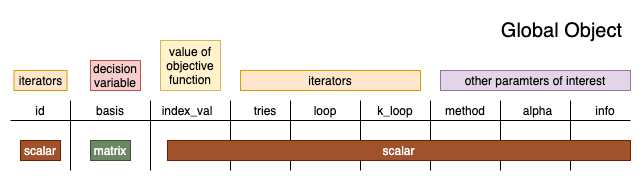
Earlier version of the draw.io export figures/global_obj.png (huizezhang-sherry/paper-ferrn). Source tidied: cells renumbered, new cells last; positions are measured from the earlier drawing's top-left corner, leaving out a move shared by most shapes.
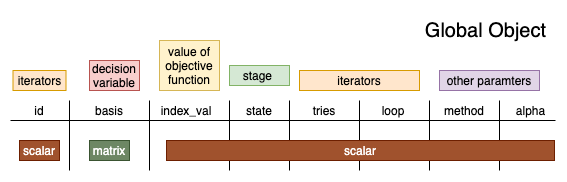
Later version of the same file.

What changed in the source:
```diff
@@ -4,8 +4,8 @@
     <mxCell id="1" parent="0" />
     <mxCell id="2" style="endArrow=none;html=1;" parent="1" edge="1">
       <mxGeometry relative="1" as="geometry">
-        <mxPoint y="110" as="sourcePoint" />
-        <mxPoint x="620" y="110" as="targetPoint" />
+        <mxPoint x="1" y="110" as="sourcePoint" />
+        <mxPoint x="546" y="110" as="targetPoint" />
       </mxGeometry>
     </mxCell>
     <mxCell id="3" value="basis" style="text;html=1;strokeColor=none;fillColor=none;align=center;verticalAlign=middle;whiteSpace=wrap;rounded=0;" parent="1" vertex="1">
@@ -15,17 +15,14 @@
       <mxGeometry x="147" y="90" width="60" height="20" as="geometry" />
     </mxCell>
     <mxCell id="5" value="loop" style="text;html=1;strokeColor=none;fillColor=none;align=center;verticalAlign=middle;whiteSpace=wrap;rounded=0;" parent="1" vertex="1">
-      <mxGeometry x="300" y="90" width="30" height="20" as="geometry" />
+      <mxGeometry x="368.5" y="90" width="30" height="20" as="geometry" />
     </mxCell>
     <mxCell id="6" value="method" style="text;html=1;strokeColor=none;fillColor=none;align=center;verticalAlign=middle;whiteSpace=wrap;rounded=0;" parent="1" vertex="1">
       <mxGeometry x="430" y="90" width="50" height="20" as="geometry" />
     </mxCell>
     <mxCell id="7" value="alpha" style="text;html=1;strokeColor=none;fillColor=none;align=center;verticalAlign=middle;whiteSpace=wrap;rounded=0;" parent="1" vertex="1">
-      <mxGeometry x="510" y="90" width="35" height="20" as="geometry" />
+      <mxGeometry x="504" y="90" width="35" height="20" as="geometry" />
     </mxCell>
-    <mxCell id="8" value="info" style="text;html=1;strokeColor=none;fillColor=none;align=center;verticalAlign=middle;whiteSpace=wrap;rounded=0;" parent="1" vertex="1">
-      <mxGeometry x="580" y="90" width="30" height="20" as="geometry" />
-    </mxCell>
     <mxCell id="9" style="endArrow=none;html=1;" parent="1" edge="1">
       <mxGeometry relative="1" as="geometry">
         <mxPoint x="140" y="160" as="sourcePoint" />
@@ -62,12 +59,6 @@
         <mxPoint x="490" y="90" as="targetPoint" />
       </mxGeometry>
     </mxCell>
-    <mxCell id="15" style="endArrow=none;html=1;" parent="1" edge="1">
-      <mxGeometry relative="1" as="geometry">
-        <mxPoint x="560" y="160" as="sourcePoint" />
-        <mxPoint x="560" y="90" as="targetPoint" />
-      </mxGeometry>
-    </mxCell>
     <mxCell id="16" value="decision variable" style="text;html=1;strokeColor=#b85450;fillColor=#f8cecc;align=center;verticalAlign=middle;whiteSpace=wrap;rounded=0;" parent="1" vertex="1">
       <mxGeometry x="80" y="50" width="50" height="30" as="geometry" />
     </mxCell>
@@ -75,19 +66,19 @@
       <mxGeometry x="150" y="30" width="60" height="50" as="geometry" />
     </mxCell>
     <mxCell id="18" value="iterators" style="text;html=1;strokeColor=#d79b00;fillColor=#ffe6cc;align=center;verticalAlign=middle;whiteSpace=wrap;rounded=0;" parent="1" vertex="1">
-      <mxGeometry x="230" y="60" width="180" height="20" as="geometry" />
+      <mxGeometry x="290" y="60" width="120" height="20" as="geometry" />
     </mxCell>
-    <mxCell id="19" value="other paramters of interest" style="text;html=1;strokeColor=#9673a6;fillColor=#e1d5e7;align=center;verticalAlign=middle;whiteSpace=wrap;rounded=0;" parent="1" vertex="1">
-      <mxGeometry x="430" y="60" width="190" height="20" as="geometry" />
+    <mxCell id="19" value="other paramters" style="text;html=1;strokeColor=#9673a6;fillColor=#e1d5e7;align=center;verticalAlign=middle;whiteSpace=wrap;rounded=0;" parent="1" vertex="1">
+      <mxGeometry x="430" y="60" width="100" height="20" as="geometry" />
     </mxCell>
     <mxCell id="20" value="matrix" style="text;html=1;strokeColor=#3A5431;fillColor=#6d8764;align=center;verticalAlign=middle;whiteSpace=wrap;rounded=0;fontColor=#ffffff;" parent="1" vertex="1">
       <mxGeometry x="80" y="130" width="40" height="20" as="geometry" />
     </mxCell>
     <mxCell id="21" value="scalar" style="text;html=1;strokeColor=#6D1F00;fillColor=#a0522d;align=center;verticalAlign=middle;whiteSpace=wrap;rounded=0;fontColor=#ffffff;" parent="1" vertex="1">
-      <mxGeometry x="157" y="130" width="463" height="20" as="geometry" />
+      <mxGeometry x="157" y="130" width="388" height="20" as="geometry" />
     </mxCell>
     <mxCell id="22" value="&lt;font style=&quot;font-size: 20px&quot;&gt;Global Object&lt;/font&gt;" style="text;html=1;strokeColor=none;fillColor=none;align=right;verticalAlign=middle;whiteSpace=wrap;rounded=1;fontStyle=0;spacing=2;horizontal=1;labelBorderColor=none;spacingTop=6;spacingBottom=6;spacingLeft=6;spacingRight=6;" parent="1" vertex="1">
-      <mxGeometry x="470" width="150" height="40" as="geometry" />
+      <mxGeometry x="395" width="150" height="40" as="geometry" />
     </mxCell>
     <mxCell id="23" style="endArrow=none;html=1;" parent="1" edge="1">
       <mxGeometry relative="1" as="geometry">
@@ -102,13 +93,16 @@
       <mxGeometry x="10" y="130" width="40" height="20" as="geometry" />
     </mxCell>
     <mxCell id="26" value="tries" style="text;html=1;strokeColor=none;fillColor=none;align=center;verticalAlign=middle;whiteSpace=wrap;rounded=0;" parent="1" vertex="1">
-      <mxGeometry x="240" y="90" width="30" height="20" as="geometry" />
+      <mxGeometry x="300" y="90" width="30" height="20" as="geometry" />
     </mxCell>
     <mxCell id="27" value="iterators" style="text;html=1;strokeColor=#d79b00;fillColor=#ffe6cc;align=center;verticalAlign=middle;whiteSpace=wrap;rounded=0;" parent="1" vertex="1">
       <mxGeometry x="3.5" y="60" width="53" height="20" as="geometry" />
     </mxCell>
-    <mxCell id="28" value="k_loop" style="text;html=1;strokeColor=none;fillColor=none;align=center;verticalAlign=middle;whiteSpace=wrap;rounded=0;" parent="1" vertex="1">
-      <mxGeometry x="370" y="90" width="30" height="20" as="geometry" />
-    </mxCell>
+    <mxCell id="29" value="state" style="text;html=1;strokeColor=none;fillColor=none;align=center;verticalAlign=middle;whiteSpace=wrap;rounded=0;" parent="1" vertex="1">
+      <mxGeometry x="230" y="90" width="40" height="20" as="geometry" />
+    </mxCell>
+    <mxCell id="30" value="stage&amp;nbsp;" style="text;html=1;strokeColor=#82b366;fillColor=#d5e8d4;align=center;verticalAlign=middle;whiteSpace=wrap;rounded=0;" parent="1" vertex="1">
+      <mxGeometry x="220" y="55" width="60" height="20" as="geometry" />
+    </mxCell>
   </root>
 </mxGraphModel>
```
